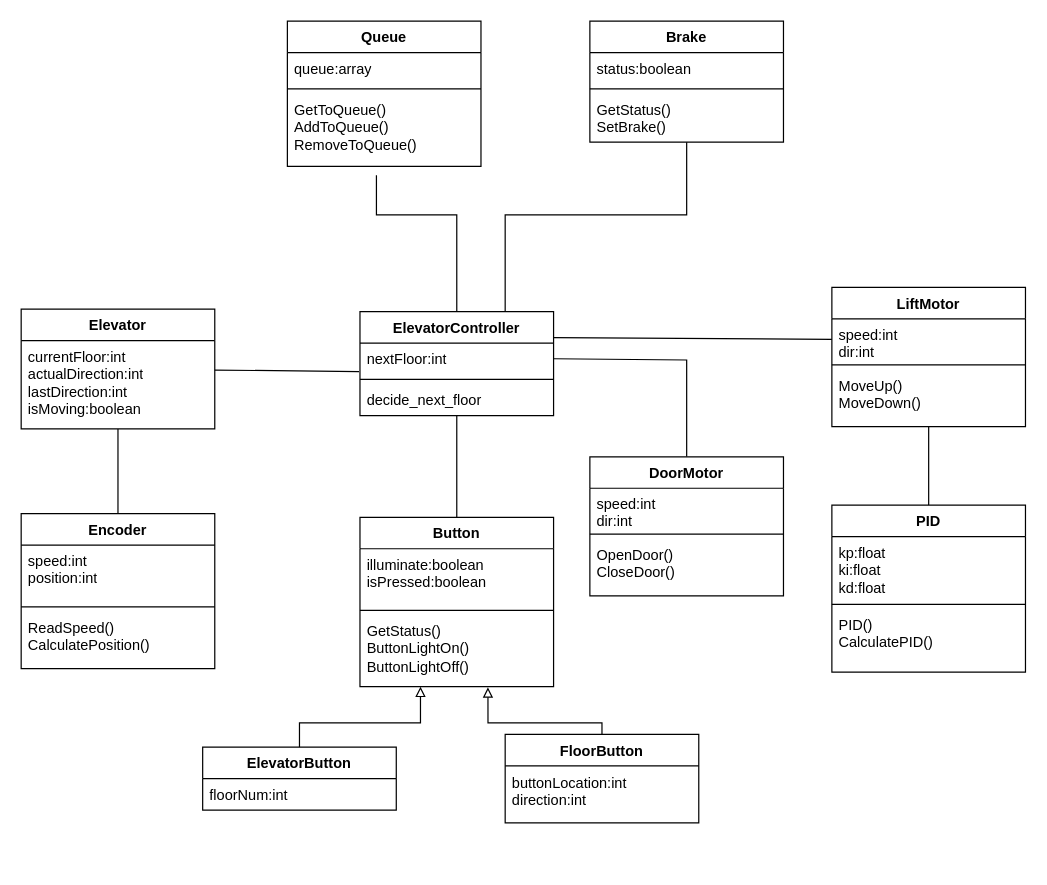
This is Documents/UMLDiagramElevator.drawio from johannesKringlen/MAS246_Project, a draw.io file, before an edit. Source tidied: cells renumbered, new cells numbered last; positions are measured from the earlier drawing's top-left corner, leaving out a move shared by most shapes. Both pictures are drawn from the tidied source at 121%, with x=0, y=0 at pixel (21, 21).
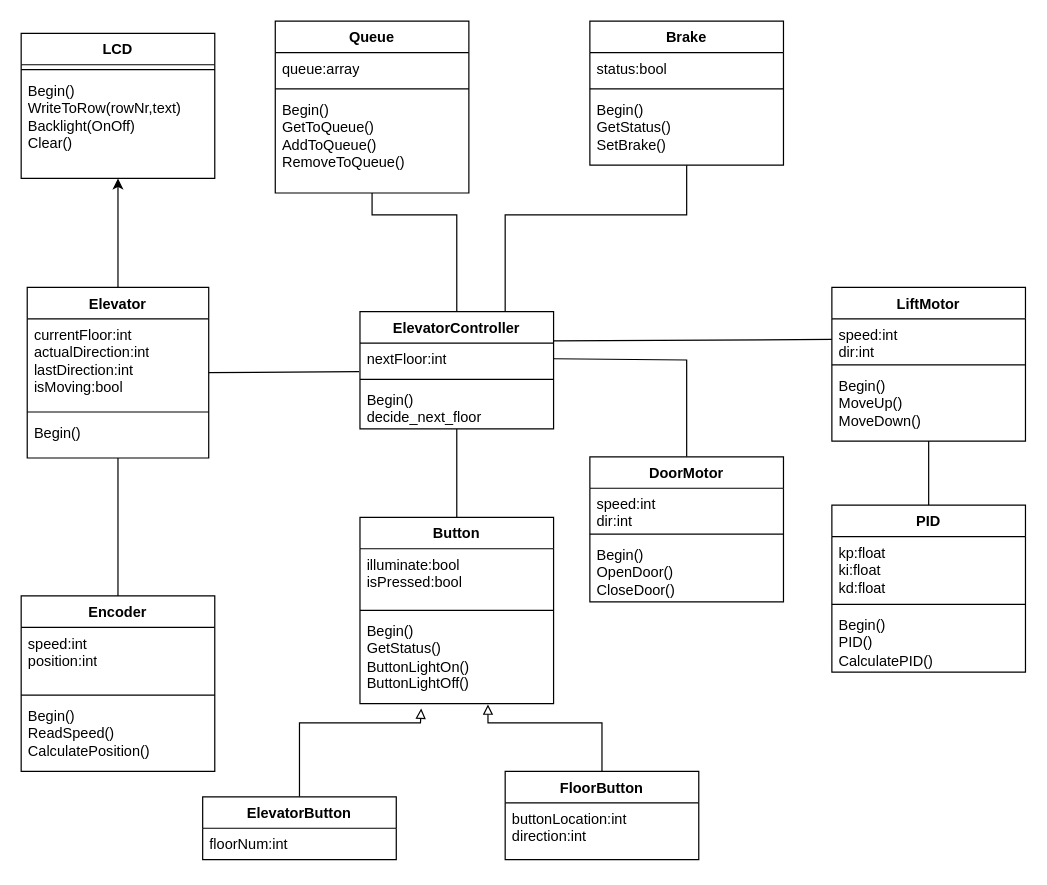
After the change.

Unchanged cells that the change refers to:
```xml
<mxCell id="4" value="nextFloor:int" style="text;strokeColor=none;fillColor=none;align=left;verticalAlign=top;spacingLeft=4;spacingRight=4;overflow=hidden;points=[[0,0.5],[1,0.5]];portConstraint=eastwest;whiteSpace=wrap;html=1;" parent="3" vertex="1">
  <mxGeometry y="26" width="160" height="26" as="geometry" />
</mxCell>
<mxCell id="46" value="PID" style="swimlane;fontStyle=1;align=center;verticalAlign=top;horizontal=1;startSize=26;whiteSpace=wrap;html=1;" parent="1" vertex="1">
  <mxGeometry x="670" y="400" width="160" height="138" as="geometry" />
</mxCell>
```

What changed in the source:
```diff
@@
     <mxCell id="3" value="ElevatorController" style="swimlane;fontStyle=1;align=center;verticalAlign=top;horizontal=1;startSize=26;whiteSpace=wrap;html=1;" parent="1" vertex="1">
-      <mxGeometry x="280" y="240" width="160" height="86" as="geometry" />
+      <mxGeometry x="280" y="240" width="160" height="97" as="geometry" />
     </mxCell>
@@
-    <mxCell id="6" value="decide_next_floor" style="text;strokeColor=none;fillColor=none;align=left;verticalAlign=top;spacingLeft=4;spacingRight=4;overflow=hidden;whiteSpace=wrap;html=1;" parent="3" vertex="1">
-      <mxGeometry y="60" width="160" height="26" as="geometry" />
+    <mxCell id="6" value="&lt;div&gt;Begin()&lt;/div&gt;decide_next_floor" style="text;strokeColor=none;fillColor=none;align=left;verticalAlign=top;spacingLeft=4;spacingRight=4;overflow=hidden;whiteSpace=wrap;html=1;" parent="3" vertex="1">
+      <mxGeometry y="60" width="160" height="37" as="geometry" />
     </mxCell>
-    <mxCell id="7" style="edgeStyle=none;rounded=0;jettySize=auto;html=1;entryX=0.5;entryY=0;entryDx=0;entryDy=0;endArrow=none;endFill=0;startArrow=block;startFill=0;" parent="1" edge="1" target="13">
+    <mxCell id="7" style="edgeStyle=none;rounded=0;jettySize=auto;html=1;entryX=0.5;entryY=0;entryDx=0;entryDy=0;endArrow=none;endFill=0;startArrow=block;startFill=0;exitX=0.316;exitY=1.055;exitDx=0;exitDy=0;exitPerimeter=0;" parent="1" edge="1" source="12" target="13">
       <mxGeometry relative="1" as="geometry">
-        <mxPoint x="330" y="550" as="sourcePoint" />
         <Array as="points">
           <mxPoint x="330" y="580" />
           <mxPoint x="230" y="580" />
         </Array>
       </mxGeometry>
     </mxCell>
@@
     <mxCell id="9" value="Button" style="swimlane;fontStyle=1;align=center;verticalAlign=top;horizontal=1;startSize=26;whiteSpace=wrap;html=1;" parent="1" vertex="1">
-      <mxGeometry x="280" y="410" width="160" height="140" as="geometry" />
+      <mxGeometry x="280" y="410" width="160" height="154" as="geometry" />
     </mxCell>
-    <mxCell id="10" value="illuminate:boolean&lt;div&gt;isPressed:boolean&lt;/div&gt;" style="text;strokeColor=none;fillColor=none;align=left;verticalAlign=top;spacingLeft=4;spacingRight=4;overflow=hidden;whiteSpace=wrap;html=1;" parent="9" vertex="1">
+    <mxCell id="10" value="illuminate:bool&lt;div&gt;isPressed:bool&lt;/div&gt;" style="text;strokeColor=none;fillColor=none;align=left;verticalAlign=top;spacingLeft=4;spacingRight=4;overflow=hidden;whiteSpace=wrap;html=1;" parent="9" vertex="1">
       <mxGeometry y="26" width="160" height="47" as="geometry" />
     </mxCell>
@@
-    <mxCell id="12" value="GetStatus()&lt;div&gt;ButtonLightOn()&lt;/div&gt;&lt;div&gt;ButtonLightOff()&lt;/div&gt;" style="text;strokeColor=none;fillColor=none;align=left;verticalAlign=top;spacingLeft=4;spacingRight=4;overflow=hidden;points=[[0,0.5],[1,0.5]];portConstraint=eastwest;whiteSpace=wrap;html=1;" parent="9" vertex="1">
-      <mxGeometry y="81" width="160" height="59" as="geometry" />
+    <mxCell id="12" value="&lt;div&gt;Begin()&lt;/div&gt;GetStatus()&lt;div&gt;ButtonLightOn()&lt;/div&gt;&lt;div&gt;ButtonLightOff()&lt;/div&gt;" style="text;strokeColor=none;fillColor=none;align=left;verticalAlign=top;spacingLeft=4;spacingRight=4;overflow=hidden;points=[[0,0.5],[1,0.5]];portConstraint=eastwest;whiteSpace=wrap;html=1;" parent="9" vertex="1">
+      <mxGeometry y="81" width="160" height="73" as="geometry" />
     </mxCell>
     <mxCell id="13" value="ElevatorButton" style="swimlane;fontStyle=1;align=center;verticalAlign=top;horizontal=1;startSize=26;whiteSpace=wrap;html=1;" parent="1" vertex="1">
-      <mxGeometry x="150" y="600" width="160" height="52" as="geometry" />
+      <mxGeometry x="150" y="641" width="160" height="52" as="geometry" />
     </mxCell>
@@
     <mxCell id="15" value="FloorButton" style="swimlane;fontStyle=1;align=center;verticalAlign=top;horizontal=1;startSize=26;whiteSpace=wrap;html=1;" parent="1" vertex="1">
-      <mxGeometry x="400" y="589.5" width="160" height="73" as="geometry" />
+      <mxGeometry x="400" y="620" width="160" height="73" as="geometry" />
     </mxCell>
@@
     <mxCell id="18" value="DoorMotor" style="swimlane;fontStyle=1;align=center;verticalAlign=top;horizontal=1;startSize=26;whiteSpace=wrap;html=1;" parent="1" vertex="1">
-      <mxGeometry x="470" y="360" width="160" height="115" as="geometry" />
+      <mxGeometry x="470" y="360" width="160" height="120" as="geometry" />
     </mxCell>
@@
-    <mxCell id="21" value="OpenDoor()&lt;div&gt;CloseDoor()&lt;/div&gt;" style="text;strokeColor=none;fillColor=none;align=left;verticalAlign=top;spacingLeft=4;spacingRight=4;overflow=hidden;whiteSpace=wrap;html=1;" parent="18" vertex="1">
-      <mxGeometry y="68" width="160" height="47" as="geometry" />
+    <mxCell id="21" value="&lt;div&gt;Begin()&lt;/div&gt;OpenDoor()&lt;div&gt;CloseDoor()&lt;/div&gt;" style="text;strokeColor=none;fillColor=none;align=left;verticalAlign=top;spacingLeft=4;spacingRight=4;overflow=hidden;whiteSpace=wrap;html=1;" parent="18" vertex="1">
+      <mxGeometry y="68" width="160" height="52" as="geometry" />
     </mxCell>
@@
     <mxCell id="23" value="LiftMotor" style="swimlane;fontStyle=1;align=center;verticalAlign=top;horizontal=1;startSize=26;whiteSpace=wrap;html=1;" parent="1" vertex="1">
-      <mxGeometry x="670" y="220" width="160" height="115" as="geometry" />
+      <mxGeometry x="670" y="220" width="160" height="127" as="geometry" />
     </mxCell>
@@
-    <mxCell id="26" value="MoveUp()&lt;div&gt;MoveDown()&lt;/div&gt;" style="text;strokeColor=none;fillColor=none;align=left;verticalAlign=top;spacingLeft=4;spacingRight=4;overflow=hidden;whiteSpace=wrap;html=1;" parent="23" vertex="1">
-      <mxGeometry y="68" width="160" height="47" as="geometry" />
+    <mxCell id="26" value="&lt;div&gt;Begin()&lt;/div&gt;MoveUp()&lt;div&gt;MoveDown()&lt;/div&gt;" style="text;strokeColor=none;fillColor=none;align=left;verticalAlign=top;spacingLeft=4;spacingRight=4;overflow=hidden;whiteSpace=wrap;html=1;" parent="23" vertex="1">
+      <mxGeometry y="68" width="160" height="59" as="geometry" />
     </mxCell>
@@
-    <mxCell id="28" style="edgeStyle=none;rounded=0;jettySize=auto;html=1;endArrow=none;endFill=0;" parent="1" edge="1" source="29" target="32">
-      <mxGeometry relative="1" as="geometry" />
+    <mxCell id="28" style="edgeStyle=none;rounded=0;jettySize=auto;html=1;endArrow=none;endFill=0;exitX=0.5;exitY=1;exitDx=0;exitDy=0;" parent="1" edge="1" source="29">
+      <mxGeometry relative="1" as="geometry">
+        <mxPoint x="80" y="480" as="targetPoint" />
+      </mxGeometry>
     </mxCell>
-    <mxCell id="29" value="Elevator" style="swimlane;fontStyle=1;align=center;verticalAlign=top;horizontal=1;startSize=26;whiteSpace=wrap;html=1;" parent="1" vertex="1">
-      <mxGeometry y="238" width="160" height="99" as="geometry" />
-    </mxCell>
-    <mxCell id="30" value="currentFloor:int&lt;div&gt;actualDirection:int&lt;/div&gt;&lt;div&gt;lastDirection:int&lt;/div&gt;&lt;div&gt;isMoving:boolean&lt;/div&gt;" style="text;strokeColor=none;fillColor=none;align=left;verticalAlign=top;spacingLeft=4;spacingRight=4;overflow=hidden;whiteSpace=wrap;html=1;" parent="29" vertex="1">
-      <mxGeometry y="26" width="160" height="73" as="geometry" />
-    </mxCell>
-    <mxCell id="31" style="edgeStyle=none;rounded=0;jettySize=auto;html=1;endArrow=none;endFill=0;entryX=-0.005;entryY=0.907;entryDx=0;entryDy=0;entryPerimeter=0;" parent="1" edge="1" source="29" target="4">
+    <mxCell id="31" style="edgeStyle=none;rounded=0;jettySize=auto;html=1;endArrow=none;endFill=0;entryX=-0.005;entryY=0.907;entryDx=0;entryDy=0;entryPerimeter=0;exitX=1;exitY=0.5;exitDx=0;exitDy=0;" parent="1" edge="1" source="29" target="4">
       <mxGeometry relative="1" as="geometry" />
     </mxCell>
-    <mxCell id="32" value="Encoder" style="swimlane;fontStyle=1;align=center;verticalAlign=top;horizontal=1;startSize=26;whiteSpace=wrap;html=1;" parent="1" vertex="1">
-      <mxGeometry y="407" width="160" height="128" as="geometry" />
-    </mxCell>
-    <mxCell id="33" value="speed:int&lt;div&gt;position:int&lt;/div&gt;" style="text;strokeColor=none;fillColor=none;align=left;verticalAlign=top;spacingLeft=4;spacingRight=4;overflow=hidden;whiteSpace=wrap;html=1;" parent="32" vertex="1">
-      <mxGeometry y="26" width="160" height="47" as="geometry" />
-    </mxCell>
-    <mxCell id="34" style="line;strokeWidth=1;fillColor=none;align=left;verticalAlign=middle;spacingTop=-1;spacingLeft=3;spacingRight=3;labelPosition=right;strokeColor=inherit;" parent="32" vertex="1">
-      <mxGeometry y="73" width="160" height="8" as="geometry" />
-    </mxCell>
-    <mxCell id="35" value="ReadSpeed()&lt;div&gt;CalculatePosition()&lt;/div&gt;" style="text;strokeColor=none;fillColor=none;align=left;verticalAlign=top;spacingLeft=4;spacingRight=4;overflow=hidden;whiteSpace=wrap;html=1;" parent="32" vertex="1">
-      <mxGeometry y="81" width="160" height="47" as="geometry" />
-    </mxCell>
     <mxCell id="36" value="Queue" style="swimlane;fontStyle=1;align=center;verticalAlign=top;horizontal=1;startSize=26;whiteSpace=wrap;html=1;" parent="1" vertex="1">
-      <mxGeometry x="220" width="160" height="120" as="geometry" />
+      <mxGeometry x="210" width="160" height="142" as="geometry" />
     </mxCell>
@@
-    <mxCell id="39" value="GetToQueue()&lt;div&gt;Add&lt;span style=&quot;background-color: transparent; color: light-dark(rgb(0, 0, 0), rgb(255, 255, 255));&quot;&gt;ToQueue&lt;/span&gt;&lt;span style=&quot;background-color: transparent; color: light-dark(rgb(0, 0, 0), rgb(255, 255, 255));&quot;&gt;()&lt;/span&gt;&lt;/div&gt;&lt;div&gt;Remove&lt;span style=&quot;background-color: transparent; color: light-dark(rgb(0, 0, 0), rgb(255, 255, 255));&quot;&gt;ToQueue&lt;/span&gt;&lt;span style=&quot;background-color: transparent; color: light-dark(rgb(0, 0, 0), rgb(255, 255, 255));&quot;&gt;()&lt;/span&gt;&lt;/div&gt;" style="text;strokeColor=none;fillColor=none;align=left;verticalAlign=top;spacingLeft=4;spacingRight=4;overflow=hidden;points=[[0,0.5],[1,0.5]];portConstraint=eastwest;whiteSpace=wrap;html=1;" parent="36" vertex="1">
-      <mxGeometry y="60" width="160" height="60" as="geometry" />
+    <mxCell id="39" value="&lt;div&gt;Begin()&lt;/div&gt;GetToQueue()&lt;div&gt;Add&lt;span style=&quot;background-color: transparent; color: light-dark(rgb(0, 0, 0), rgb(255, 255, 255));&quot;&gt;ToQueue&lt;/span&gt;&lt;span style=&quot;background-color: transparent; color: light-dark(rgb(0, 0, 0), rgb(255, 255, 255));&quot;&gt;()&lt;/span&gt;&lt;/div&gt;&lt;div&gt;Remove&lt;span style=&quot;background-color: transparent; color: light-dark(rgb(0, 0, 0), rgb(255, 255, 255));&quot;&gt;ToQueue&lt;/span&gt;&lt;span style=&quot;background-color: transparent; color: light-dark(rgb(0, 0, 0), rgb(255, 255, 255));&quot;&gt;()&lt;/span&gt;&lt;/div&gt;" style="text;strokeColor=none;fillColor=none;align=left;verticalAlign=top;spacingLeft=4;spacingRight=4;overflow=hidden;points=[[0,0.5],[1,0.5]];portConstraint=eastwest;whiteSpace=wrap;html=1;" parent="36" vertex="1">
+      <mxGeometry y="60" width="160" height="82" as="geometry" />
     </mxCell>
@@
     <mxCell id="41" value="Brake" style="swimlane;fontStyle=1;align=center;verticalAlign=top;horizontal=1;startSize=26;whiteSpace=wrap;html=1;" parent="1" vertex="1">
-      <mxGeometry x="470" width="160" height="100" as="geometry" />
+      <mxGeometry x="470" width="160" height="119" as="geometry" />
     </mxCell>
-    <mxCell id="42" value="status:boolean" style="text;strokeColor=none;fillColor=none;align=left;verticalAlign=top;spacingLeft=4;spacingRight=4;overflow=hidden;whiteSpace=wrap;html=1;" parent="41" vertex="1">
+    <mxCell id="42" value="status:bool" style="text;strokeColor=none;fillColor=none;align=left;verticalAlign=top;spacingLeft=4;spacingRight=4;overflow=hidden;whiteSpace=wrap;html=1;" parent="41" vertex="1">
       <mxGeometry y="26" width="160" height="26" as="geometry" />
     </mxCell>
@@
-    <mxCell id="44" value="GetStatus()&lt;div&gt;SetBrake()&lt;/div&gt;" style="text;strokeColor=none;fillColor=none;align=left;verticalAlign=top;spacingLeft=4;spacingRight=4;overflow=hidden;whiteSpace=wrap;html=1;" parent="41" vertex="1">
-      <mxGeometry y="60" width="160" height="40" as="geometry" />
+    <mxCell id="44" value="&lt;div&gt;Begin()&lt;/div&gt;GetStatus()&lt;div&gt;SetBrake()&lt;/div&gt;" style="text;strokeColor=none;fillColor=none;align=left;verticalAlign=top;spacingLeft=4;spacingRight=4;overflow=hidden;whiteSpace=wrap;html=1;" parent="41" vertex="1">
+      <mxGeometry y="60" width="160" height="59" as="geometry" />
     </mxCell>
-    <mxCell id="45" style="edgeStyle=none;rounded=0;jettySize=auto;html=1;entryX=0.46;entryY=1.123;entryDx=0;entryDy=0;entryPerimeter=0;endArrow=none;endFill=0;" parent="1" edge="1" source="3" target="39">
+    <mxCell id="45" style="edgeStyle=none;rounded=0;jettySize=auto;html=1;endArrow=none;endFill=0;entryX=0.5;entryY=1;entryDx=0;entryDy=0;" parent="1" edge="1" source="3" target="36">
       <mxGeometry relative="1" as="geometry">
         <Array as="points">
           <mxPoint x="360" y="160" />
-          <mxPoint x="293.6" y="160" />
+          <mxPoint x="290" y="160" />
         </Array>
       </mxGeometry>
     </mxCell>
@@
-    <mxCell id="49" value="PID()&lt;div&gt;CalculatePID()&lt;/div&gt;" style="text;strokeColor=none;fillColor=none;align=left;verticalAlign=top;spacingLeft=4;spacingRight=4;overflow=hidden;whiteSpace=wrap;html=1;" parent="46" vertex="1">
+    <mxCell id="49" value="&lt;div&gt;Begin()&lt;/div&gt;PID()&lt;div&gt;CalculatePID()&lt;/div&gt;" style="text;strokeColor=none;fillColor=none;align=left;verticalAlign=top;spacingLeft=4;spacingRight=4;overflow=hidden;whiteSpace=wrap;html=1;" parent="46" vertex="1">
       <mxGeometry y="86" width="160" height="52" as="geometry" />
     </mxCell>
+    <mxCell id="50" value="LCD" style="swimlane;fontStyle=1;align=center;verticalAlign=top;horizontal=1;startSize=26;whiteSpace=wrap;html=1;" parent="1" vertex="1">
+      <mxGeometry y="10" width="160" height="120" as="geometry" />
+    </mxCell>
+    <mxCell id="51" style="line;strokeWidth=1;fillColor=none;align=left;verticalAlign=middle;spacingTop=-1;spacingLeft=3;spacingRight=3;labelPosition=right;strokeColor=inherit;" parent="50" vertex="1">
+      <mxGeometry y="26" width="160" height="8" as="geometry" />
+    </mxCell>
+    <mxCell id="52" value="Begin()&lt;div&gt;WriteToRow(rowNr,text)&lt;/div&gt;&lt;div&gt;Backlight(OnOff)&lt;/div&gt;&lt;div&gt;Clear()&lt;/div&gt;" style="text;strokeColor=none;fillColor=none;align=left;verticalAlign=top;spacingLeft=4;spacingRight=4;overflow=hidden;whiteSpace=wrap;html=1;" parent="50" vertex="1">
+      <mxGeometry y="34" width="160" height="86" as="geometry" />
+    </mxCell>
+    <mxCell id="32" value="Encoder" style="swimlane;fontStyle=1;align=center;verticalAlign=top;horizontal=1;startSize=26;whiteSpace=wrap;html=1;" parent="1" vertex="1">
+      <mxGeometry y="475" width="160" height="145" as="geometry" />
+    </mxCell>
+    <mxCell id="33" value="speed:int&lt;div&gt;position:int&lt;/div&gt;" style="text;strokeColor=none;fillColor=none;align=left;verticalAlign=top;spacingLeft=4;spacingRight=4;overflow=hidden;whiteSpace=wrap;html=1;" parent="32" vertex="1">
+      <mxGeometry y="26" width="160" height="52" as="geometry" />
+    </mxCell>
+    <mxCell id="53" style="line;strokeWidth=1;fillColor=none;align=left;verticalAlign=middle;spacingTop=-1;spacingLeft=3;spacingRight=3;labelPosition=right;strokeColor=inherit;" parent="32" vertex="1">
+      <mxGeometry y="78" width="160" height="8" as="geometry" />
+    </mxCell>
+    <mxCell id="54" value="Begin()&lt;div&gt;&lt;div&gt;&lt;div&gt;&lt;span style=&quot;background-color: transparent; color: light-dark(rgb(0, 0, 0), rgb(255, 255, 255));&quot;&gt;ReadSpeed()&lt;/span&gt;&lt;/div&gt;&lt;div&gt;CalculatePosition()&lt;/div&gt;&lt;/div&gt;&lt;/div&gt;" style="text;strokeColor=none;fillColor=none;align=left;verticalAlign=top;spacingLeft=4;spacingRight=4;overflow=hidden;whiteSpace=wrap;html=1;" parent="32" vertex="1">
+      <mxGeometry y="86" width="160" height="59" as="geometry" />
+    </mxCell>
+    <mxCell id="55" style="edgeStyle=orthogonalEdgeStyle;rounded=0;jettySize=auto;html=1;entryX=0.5;entryY=1;entryDx=0;entryDy=0;" parent="1" edge="1" source="29" target="50">
+      <mxGeometry relative="1" as="geometry" />
+    </mxCell>
+    <mxCell id="29" value="Elevator" style="swimlane;fontStyle=1;align=center;verticalAlign=top;horizontal=1;startSize=26;whiteSpace=wrap;html=1;" parent="1" vertex="1">
+      <mxGeometry x="5" y="220" width="150" height="141" as="geometry" />
+    </mxCell>
+    <mxCell id="56" value="currentFloor:int&lt;div&gt;actualDirection:int&lt;/div&gt;&lt;div&gt;lastDirection:int&lt;/div&gt;&lt;div&gt;isMoving:bool&lt;/div&gt;" style="text;strokeColor=none;fillColor=none;align=left;verticalAlign=top;spacingLeft=4;spacingRight=4;overflow=hidden;whiteSpace=wrap;html=1;" parent="29" vertex="1">
+      <mxGeometry y="26" width="150" height="73" as="geometry" />
+    </mxCell>
+    <mxCell id="57" style="line;strokeWidth=1;fillColor=none;align=left;verticalAlign=middle;spacingTop=-1;spacingLeft=3;spacingRight=3;labelPosition=right;strokeColor=inherit;" parent="29" vertex="1">
+      <mxGeometry y="99" width="150" height="8" as="geometry" />
+    </mxCell>
+    <mxCell id="58" value="Begin()" style="text;strokeColor=none;fillColor=none;align=left;verticalAlign=top;spacingLeft=4;spacingRight=4;overflow=hidden;whiteSpace=wrap;html=1;" parent="29" vertex="1">
+      <mxGeometry y="107" width="150" height="34" as="geometry" />
+    </mxCell>
```
